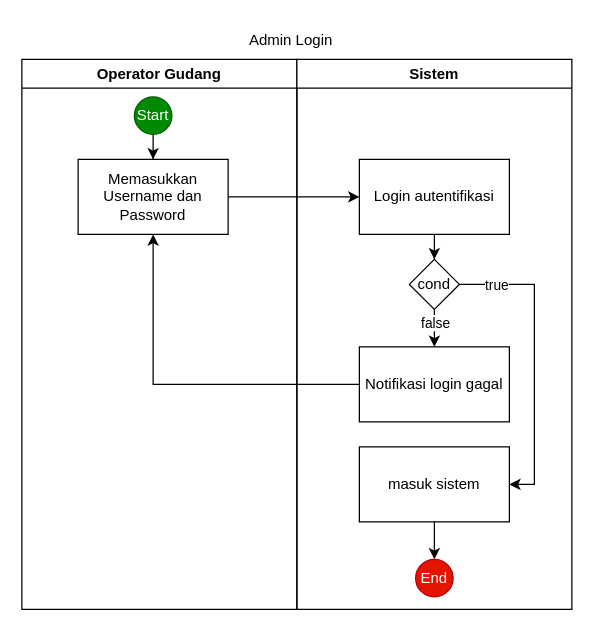
sourchib/Assessment-Sysadmin keeps this draw.io diagram as System Analys.drawio. Above is the earlier version. Source tidied: cells renumbered, new cells numbered last; positions are measured from the earlier drawing's top-left corner, leaving out a move shared by most shapes. Both pictures are drawn from the tidied source at 125%, with x=0, y=0 at pixel (21, 21).
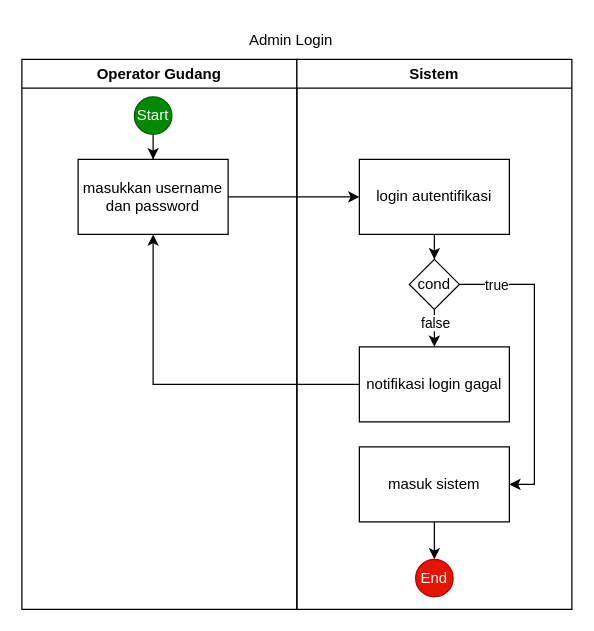
The same page after the edit.

The change refers to these unchanged cells:
```xml
<mxCell id="2" value="Operator Gudang" style="swimlane;whiteSpace=wrap;html=1;startSize=23;" parent="1" vertex="1">
  <mxGeometry y="30" width="220" height="440" as="geometry" />
</mxCell>
<mxCell id="6" value="Sistem" style="swimlane;whiteSpace=wrap;html=1;" parent="1" vertex="1">
  <mxGeometry x="220" y="30" width="220" height="440" as="geometry" />
</mxCell>
```

The edit, as a diff of the source:
```diff
@@
-    <mxCell id="5" value="Memasukkan Username dan Password" style="rounded=0;whiteSpace=wrap;html=1;" parent="2" vertex="1">
+    <mxCell id="5" value="masukkan username dan password" style="rounded=0;whiteSpace=wrap;html=1;" parent="2" vertex="1">
       <mxGeometry x="45" y="80" width="120" height="60" as="geometry" />
     </mxCell>
@@
-    <mxCell id="8" value="Login autentifikasi" style="rounded=0;whiteSpace=wrap;html=1;" parent="6" vertex="1">
+    <mxCell id="8" value="login autentifikasi" style="rounded=0;whiteSpace=wrap;html=1;" parent="6" vertex="1">
       <mxGeometry x="50" y="80" width="120" height="60" as="geometry" />
     </mxCell>
@@
-    <mxCell id="14" value="Notifikasi login gagal" style="rounded=0;whiteSpace=wrap;html=1;" parent="6" vertex="1">
+    <mxCell id="14" value="notifikasi login gagal" style="rounded=0;whiteSpace=wrap;html=1;" parent="6" vertex="1">
       <mxGeometry x="50" y="230" width="120" height="60" as="geometry" />
     </mxCell>
```
